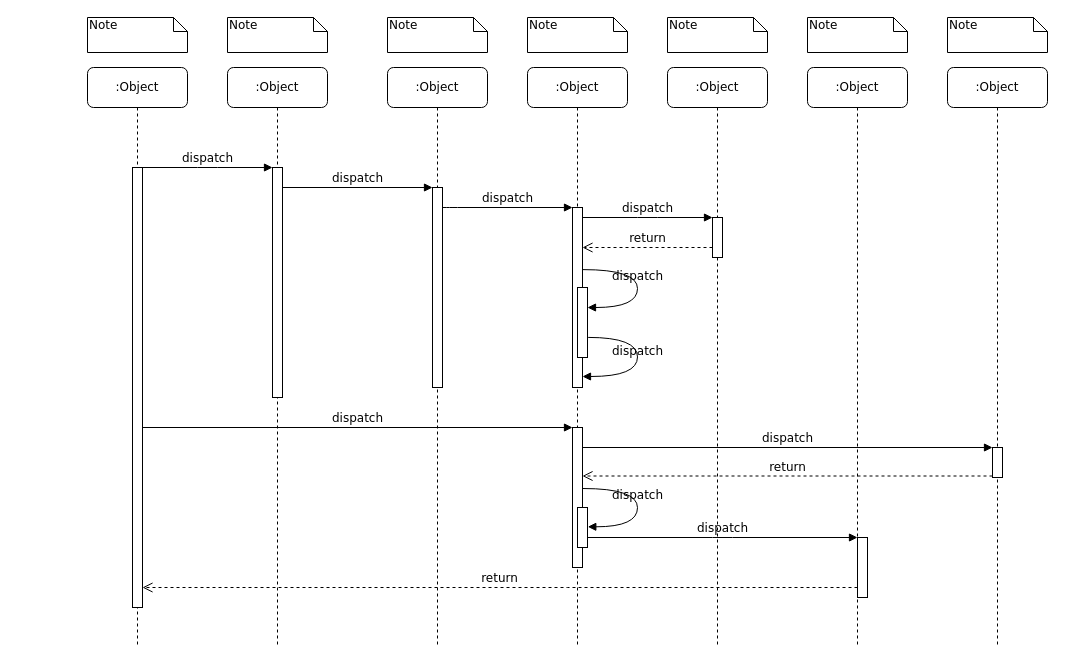
Earlier version of the draw.io diagram Diagramme sans nom.drawio (bieleite/nomrepo). Source tidied: cells renumbered, new cells numbered last; positions are measured from the earlier drawing's top-left corner, leaving out a move shared by most shapes. Both pictures are drawn from the tidied source at 100%, with x=0, y=0 at pixel (87, 17).
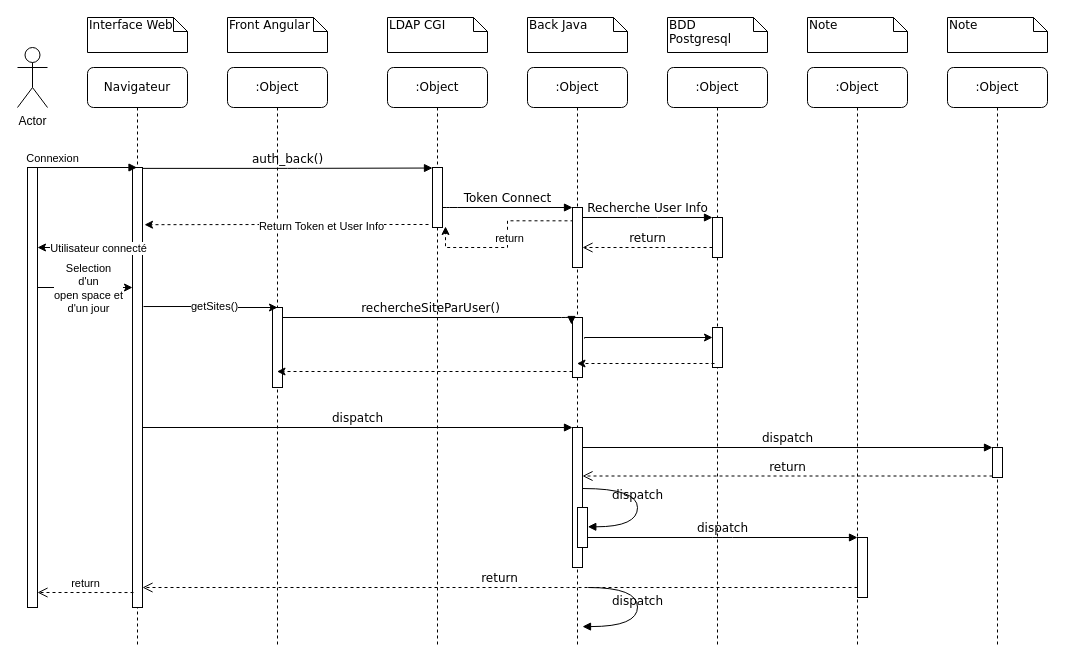
Above is the later version.

The change refers to these unchanged cells:
```xml
<mxCell id="2" value=":Object" style="shape=umlLifeline;perimeter=lifelinePerimeter;whiteSpace=wrap;html=1;outlineConnect=0;rounded=1;shadow=0;comic=0;labelBackgroundColor=none;strokeWidth=1;fontFamily=Verdana;fontSize=12;align=center;" parent="1" vertex="1">
  <mxGeometry x="140" y="50" width="100" height="580" as="geometry" />
</mxCell>
<mxCell id="4" value=":Object" style="shape=umlLifeline;perimeter=lifelinePerimeter;whiteSpace=wrap;html=1;rounded=1;shadow=0;comic=0;labelBackgroundColor=none;strokeWidth=1;fontFamily=Verdana;fontSize=12;align=center;" parent="1" vertex="1">
  <mxGeometry x="300" y="50" width="100" height="580" as="geometry" />
</mxCell>
<mxCell id="6" value=":Object" style="shape=umlLifeline;perimeter=lifelinePerimeter;whiteSpace=wrap;html=1;outlineConnect=0;rounded=1;shadow=0;comic=0;labelBackgroundColor=none;strokeWidth=1;fontFamily=Verdana;fontSize=12;align=center;" parent="1" vertex="1">
  <mxGeometry x="440" y="50" width="100" height="580" as="geometry" />
</mxCell>
<mxCell id="7" value=":Object" style="shape=umlLifeline;perimeter=lifelinePerimeter;whiteSpace=wrap;html=1;rounded=1;shadow=0;comic=0;labelBackgroundColor=none;strokeWidth=1;fontFamily=Verdana;fontSize=12;align=center;" parent="1" vertex="1">
  <mxGeometry x="580" y="50" width="100" height="580" as="geometry" />
</mxCell>
<mxCell id="11" style="html=1;points=[];perimeter=orthogonalPerimeter;rounded=0;shadow=0;comic=0;labelBackgroundColor=none;strokeWidth=1;fontFamily=Verdana;fontSize=12;align=center;" parent="10" vertex="1">
  <mxGeometry x="45" y="100" width="10" height="440" as="geometry" />
</mxCell>
<mxCell id="14" style="html=1;points=[];perimeter=orthogonalPerimeter;rounded=0;shadow=0;comic=0;labelBackgroundColor=none;strokeWidth=1;fontFamily=Verdana;fontSize=12;align=center;" parent="1" vertex="1">
  <mxGeometry x="625" y="200" width="10" height="40" as="geometry" />
</mxCell>
```

What changed in the source:
```diff
@@
     <mxCell id="3" style="html=1;points=[];perimeter=orthogonalPerimeter;rounded=0;shadow=0;comic=0;labelBackgroundColor=none;strokeWidth=1;fontFamily=Verdana;fontSize=12;align=center;" parent="2" vertex="1">
-      <mxGeometry x="45" y="100" width="10" height="230" as="geometry" />
+      <mxGeometry x="45" y="240" width="10" height="80" as="geometry" />
     </mxCell>
@@
     <mxCell id="5" style="html=1;points=[];perimeter=orthogonalPerimeter;rounded=0;shadow=0;comic=0;labelBackgroundColor=none;strokeWidth=1;fontFamily=Verdana;fontSize=12;align=center;" parent="4" vertex="1">
-      <mxGeometry x="45" y="120" width="10" height="200" as="geometry" />
+      <mxGeometry x="45" y="100" width="10" height="60" as="geometry" />
     </mxCell>
@@
+    <mxCell id="29" value="dispatch" style="html=1;verticalAlign=bottom;endArrow=block;labelBackgroundColor=none;fontFamily=Verdana;fontSize=12;elbow=vertical;edgeStyle=orthogonalEdgeStyle;curved=1;exitX=1.066;exitY=0.713;exitPerimeter=0;" parent="6" edge="1">
+      <mxGeometry relative="1" as="geometry">
+        <mxPoint x="60.7" y="520" as="sourcePoint" />
+        <mxPoint x="55" y="559.1" as="targetPoint" />
+        <Array as="points">
+          <mxPoint x="110" y="520.1" />
+          <mxPoint x="110" y="559.1" />
+        </Array>
+      </mxGeometry>
+    </mxCell>
+    <mxCell id="39" style="html=1;points=[];perimeter=orthogonalPerimeter;rounded=0;shadow=0;comic=0;labelBackgroundColor=none;strokeWidth=1;fontFamily=Verdana;fontSize=12;align=center;" parent="6" vertex="1">
+      <mxGeometry x="45" y="250" width="10" height="60" as="geometry" />
+    </mxCell>
@@
+    <mxCell id="40" style="html=1;points=[];perimeter=orthogonalPerimeter;rounded=0;shadow=0;comic=0;labelBackgroundColor=none;strokeWidth=1;fontFamily=Verdana;fontSize=12;align=center;" parent="7" vertex="1">
+      <mxGeometry x="45" y="260" width="10" height="40" as="geometry" />
+    </mxCell>
@@
-    <mxCell id="10" value=":Object" style="shape=umlLifeline;perimeter=lifelinePerimeter;whiteSpace=wrap;html=1;outlineConnect=0;rounded=1;shadow=0;comic=0;labelBackgroundColor=none;strokeWidth=1;fontFamily=Verdana;fontSize=12;align=center;" parent="1" vertex="1">
+    <mxCell id="10" value="Navigateur" style="shape=umlLifeline;perimeter=lifelinePerimeter;whiteSpace=wrap;html=1;outlineConnect=0;rounded=1;shadow=0;comic=0;labelBackgroundColor=none;strokeWidth=1;fontFamily=Verdana;fontSize=12;align=center;" parent="1" vertex="1">
       <mxGeometry y="50" width="100" height="580" as="geometry" />
     </mxCell>
@@
+    <mxCell id="41" style="edgeStyle=orthogonalEdgeStyle;rounded=0;jettySize=auto;html=1;entryX=1.3;entryY=0.983;entryDx=0;entryDy=0;entryPerimeter=0;exitX=0.1;exitY=0.222;exitDx=0;exitDy=0;exitPerimeter=0;dashed=1;" parent="1" edge="1" source="12" target="5">
+      <mxGeometry relative="1" as="geometry" />
+    </mxCell>
+    <mxCell id="42" value="return" style="edgeLabel;html=1;align=center;verticalAlign=middle;" parent="41" vertex="1">
+      <mxGeometry x="-0.06" y="1" relative="1" as="geometry" />
+    </mxCell>
     <mxCell id="12" style="html=1;points=[];perimeter=orthogonalPerimeter;rounded=0;shadow=0;comic=0;labelBackgroundColor=none;strokeWidth=1;fontFamily=Verdana;fontSize=12;align=center;" parent="1" vertex="1">
-      <mxGeometry x="485" y="190" width="10" height="180" as="geometry" />
+      <mxGeometry x="485" y="190" width="10" height="60" as="geometry" />
     </mxCell>
-    <mxCell id="13" value="dispatch" style="html=1;verticalAlign=bottom;endArrow=block;labelBackgroundColor=none;fontFamily=Verdana;fontSize=12;edgeStyle=elbowEdgeStyle;elbow=vertical;" parent="1" edge="1" source="5" target="12">
+    <mxCell id="13" value="Token Connect" style="html=1;verticalAlign=bottom;endArrow=block;labelBackgroundColor=none;fontFamily=Verdana;fontSize=12;edgeStyle=elbowEdgeStyle;elbow=vertical;" parent="1" edge="1" source="5" target="12">
       <mxGeometry relative="1" as="geometry">
         <Array as="points">
           <mxPoint x="360" y="190" />
         </Array>
       </mxGeometry>
     </mxCell>
@@
-    <mxCell id="15" value="dispatch" style="html=1;verticalAlign=bottom;endArrow=block;entryX=0;entryY=0;labelBackgroundColor=none;fontFamily=Verdana;fontSize=12;edgeStyle=elbowEdgeStyle;elbow=vertical;" parent="1" edge="1" source="12" target="14">
+    <mxCell id="15" value="Recherche User Info" style="html=1;verticalAlign=bottom;endArrow=block;entryX=0;entryY=0;labelBackgroundColor=none;fontFamily=Verdana;fontSize=12;edgeStyle=elbowEdgeStyle;elbow=vertical;" parent="1" edge="1" source="12" target="14">
       <mxGeometry relative="1" as="geometry" />
     </mxCell>
@@
-    <mxCell id="25" value="dispatch" style="html=1;verticalAlign=bottom;endArrow=block;entryX=0;entryY=0;labelBackgroundColor=none;fontFamily=Verdana;fontSize=12;edgeStyle=elbowEdgeStyle;elbow=vertical;" parent="1" edge="1" source="11" target="3">
+    <mxCell id="25" value="auth_back()" style="html=1;verticalAlign=bottom;endArrow=block;labelBackgroundColor=none;fontFamily=Verdana;fontSize=12;edgeStyle=elbowEdgeStyle;elbow=horizontal;exitX=1;exitY=0.002;exitDx=0;exitDy=0;exitPerimeter=0;entryX=0;entryY=0.009;entryDx=0;entryDy=0;entryPerimeter=0;" parent="1" edge="1" source="11" target="5">
       <mxGeometry relative="1" as="geometry" />
     </mxCell>
-    <mxCell id="26" value="dispatch" style="html=1;verticalAlign=bottom;endArrow=block;entryX=0;entryY=0;labelBackgroundColor=none;fontFamily=Verdana;fontSize=12;edgeStyle=elbowEdgeStyle;elbow=vertical;" parent="1" edge="1" source="3" target="5">
-      <mxGeometry relative="1" as="geometry" />
+    <mxCell id="26" value="rechercheSiteParUser()" style="html=1;verticalAlign=bottom;endArrow=block;labelBackgroundColor=none;fontFamily=Verdana;fontSize=12;edgeStyle=elbowEdgeStyle;elbow=vertical;entryX=-0.1;entryY=0.117;entryDx=0;entryDy=0;entryPerimeter=0;" parent="1" edge="1" source="3" target="39">
+      <mxGeometry relative="1" as="geometry">
+        <Array as="points">
+          <mxPoint x="280" y="300" />
+        </Array>
+      </mxGeometry>
     </mxCell>
-    <mxCell id="27" style="html=1;points=[];perimeter=orthogonalPerimeter;rounded=0;shadow=0;comic=0;labelBackgroundColor=none;strokeWidth=1;fontFamily=Verdana;fontSize=12;align=center;" parent="1" vertex="1">
-      <mxGeometry x="490" y="270" width="10" height="70" as="geometry" />
-    </mxCell>
-    <mxCell id="28" value="dispatch" style="html=1;verticalAlign=bottom;endArrow=block;labelBackgroundColor=none;fontFamily=Verdana;fontSize=12;elbow=vertical;edgeStyle=orthogonalEdgeStyle;curved=1;entryX=1;entryY=0.286;entryPerimeter=0;exitX=1.038;exitY=0.345;exitPerimeter=0;" parent="1" edge="1" source="12" target="27">
-      <mxGeometry relative="1" as="geometry">
-        <Array as="points">
-          <mxPoint x="550" y="252" />
-          <mxPoint x="550" y="290" />
-        </Array>
-      </mxGeometry>
-    </mxCell>
-    <mxCell id="29" value="dispatch" style="html=1;verticalAlign=bottom;endArrow=block;labelBackgroundColor=none;fontFamily=Verdana;fontSize=12;elbow=vertical;edgeStyle=orthogonalEdgeStyle;curved=1;exitX=1.066;exitY=0.713;exitPerimeter=0;" parent="1" edge="1" source="27">
-      <mxGeometry relative="1" as="geometry">
-        <mxPoint x="495" y="359" as="targetPoint" />
-        <Array as="points">
-          <mxPoint x="550" y="320" />
-          <mxPoint x="550" y="359" />
-        </Array>
-      </mxGeometry>
-    </mxCell>
@@
-    <mxCell id="32" value="Note" style="shape=note;whiteSpace=wrap;html=1;size=14;verticalAlign=top;align=left;spacingTop=-6;rounded=0;shadow=0;comic=0;labelBackgroundColor=none;strokeWidth=1;fontFamily=Verdana;fontSize=12;" parent="1" vertex="1">
+    <mxCell id="32" value="Interface Web" style="shape=note;whiteSpace=wrap;html=1;size=14;verticalAlign=top;align=left;spacingTop=-6;rounded=0;shadow=0;comic=0;labelBackgroundColor=none;strokeWidth=1;fontFamily=Verdana;fontSize=12;" parent="1" vertex="1">
       <mxGeometry width="100" height="35" as="geometry" />
     </mxCell>
-    <mxCell id="33" value="Note" style="shape=note;whiteSpace=wrap;html=1;size=14;verticalAlign=top;align=left;spacingTop=-6;rounded=0;shadow=0;comic=0;labelBackgroundColor=none;strokeWidth=1;fontFamily=Verdana;fontSize=12;" parent="1" vertex="1">
+    <mxCell id="33" value="Front Angular" style="shape=note;whiteSpace=wrap;html=1;size=14;verticalAlign=top;align=left;spacingTop=-6;rounded=0;shadow=0;comic=0;labelBackgroundColor=none;strokeWidth=1;fontFamily=Verdana;fontSize=12;" parent="1" vertex="1">
       <mxGeometry x="140" width="100" height="35" as="geometry" />
     </mxCell>
-    <mxCell id="34" value="Note" style="shape=note;whiteSpace=wrap;html=1;size=14;verticalAlign=top;align=left;spacingTop=-6;rounded=0;shadow=0;comic=0;labelBackgroundColor=none;strokeWidth=1;fontFamily=Verdana;fontSize=12;" parent="1" vertex="1">
+    <mxCell id="34" value="LDAP CGI" style="shape=note;whiteSpace=wrap;html=1;size=14;verticalAlign=top;align=left;spacingTop=-6;rounded=0;shadow=0;comic=0;labelBackgroundColor=none;strokeWidth=1;fontFamily=Verdana;fontSize=12;" parent="1" vertex="1">
       <mxGeometry x="300" width="100" height="35" as="geometry" />
     </mxCell>
-    <mxCell id="35" value="Note" style="shape=note;whiteSpace=wrap;html=1;size=14;verticalAlign=top;align=left;spacingTop=-6;rounded=0;shadow=0;comic=0;labelBackgroundColor=none;strokeWidth=1;fontFamily=Verdana;fontSize=12;" parent="1" vertex="1">
+    <mxCell id="35" value="Back Java" style="shape=note;whiteSpace=wrap;html=1;size=14;verticalAlign=top;align=left;spacingTop=-6;rounded=0;shadow=0;comic=0;labelBackgroundColor=none;strokeWidth=1;fontFamily=Verdana;fontSize=12;" parent="1" vertex="1">
       <mxGeometry x="440" width="100" height="35" as="geometry" />
     </mxCell>
-    <mxCell id="36" value="Note" style="shape=note;whiteSpace=wrap;html=1;size=14;verticalAlign=top;align=left;spacingTop=-6;rounded=0;shadow=0;comic=0;labelBackgroundColor=none;strokeWidth=1;fontFamily=Verdana;fontSize=12;" parent="1" vertex="1">
+    <mxCell id="36" value="BDD &lt;br&gt;Postgresql" style="shape=note;whiteSpace=wrap;html=1;size=14;verticalAlign=top;align=left;spacingTop=-6;rounded=0;shadow=0;comic=0;labelBackgroundColor=none;strokeWidth=1;fontFamily=Verdana;fontSize=12;" parent="1" vertex="1">
       <mxGeometry x="580" width="100" height="35" as="geometry" />
     </mxCell>
@@
+    <mxCell id="43" value="Actor" style="shape=umlActor;verticalLabelPosition=bottom;verticalAlign=top;html=1;" parent="1" vertex="1">
+      <mxGeometry x="-70" y="30" width="30" height="60" as="geometry" />
+    </mxCell>
+    <mxCell id="44" style="edgeStyle=elbowEdgeStyle;rounded=0;jettySize=auto;html=1;elbow=vertical;curved=0;" parent="1" edge="1" source="46" target="11">
+      <mxGeometry relative="1" as="geometry">
+        <Array as="points">
+          <mxPoint x="-10" y="270" />
+        </Array>
+      </mxGeometry>
+    </mxCell>
+    <mxCell id="45" value="Selection &lt;br&gt;d'un &lt;br&gt;open space et &lt;br&gt;d'un jour" style="edgeLabel;html=1;align=center;verticalAlign=middle;" parent="44" vertex="1">
+      <mxGeometry x="0.05" relative="1" as="geometry" />
+    </mxCell>
+    <mxCell id="46" style="html=1;points=[];perimeter=orthogonalPerimeter;outlineConnect=0;targetShapes=umlLifeline;portConstraint=eastwest;newEdgeStyle={&quot;edgeStyle&quot;:&quot;elbowEdgeStyle&quot;,&quot;elbow&quot;:&quot;vertical&quot;,&quot;curved&quot;:0,&quot;rounded&quot;:0};" parent="1" vertex="1">
+      <mxGeometry x="-60" y="150" width="10" height="440" as="geometry" />
+    </mxCell>
+    <mxCell id="47" value="Connexion" style="html=1;verticalAlign=bottom;endArrow=block;edgeStyle=elbowEdgeStyle;elbow=vertical;curved=0;rounded=0;" parent="1" edge="1" target="10">
+      <mxGeometry relative="1" as="geometry">
+        <mxPoint x="20" y="150" as="sourcePoint" />
+        <Array as="points">
+          <mxPoint x="-50" y="150" />
+        </Array>
+      </mxGeometry>
+    </mxCell>
+    <mxCell id="48" value="return" style="html=1;verticalAlign=bottom;endArrow=open;dashed=1;endSize=8;edgeStyle=elbowEdgeStyle;elbow=vertical;curved=0;rounded=0;exitX=0.1;exitY=0.966;exitDx=0;exitDy=0;exitPerimeter=0;" parent="1" edge="1" source="11" target="46">
+      <mxGeometry relative="1" as="geometry" />
+    </mxCell>
+    <mxCell id="49" style="edgeStyle=orthogonalEdgeStyle;rounded=0;jettySize=auto;html=1;exitX=-0.4;exitY=0.95;exitDx=0;exitDy=0;exitPerimeter=0;entryX=1.2;entryY=0.13;entryDx=0;entryDy=0;entryPerimeter=0;dashed=1;" parent="1" edge="1" source="5" target="11">
+      <mxGeometry relative="1" as="geometry" />
+    </mxCell>
+    <mxCell id="50" value="Return Token et User Info" style="edgeLabel;html=1;align=center;verticalAlign=middle;" parent="49" vertex="1">
+      <mxGeometry x="-0.23" y="1" relative="1" as="geometry">
+        <mxPoint x="1" as="offset" />
+      </mxGeometry>
+    </mxCell>
+    <mxCell id="51" style="edgeStyle=orthogonalEdgeStyle;rounded=0;jettySize=auto;html=1;" parent="1" edge="1" source="11" target="46">
+      <mxGeometry relative="1" as="geometry">
+        <Array as="points">
+          <mxPoint y="230" />
+          <mxPoint y="230" />
+        </Array>
+      </mxGeometry>
+    </mxCell>
+    <mxCell id="52" value="Utilisateur connecté" style="edgeLabel;html=1;align=center;verticalAlign=middle;" parent="51" vertex="1">
+      <mxGeometry x="-0.26" relative="1" as="geometry" />
+    </mxCell>
+    <mxCell id="53" style="edgeStyle=orthogonalEdgeStyle;rounded=1;jettySize=auto;html=1;exitX=1.1;exitY=0.316;exitDx=0;exitDy=0;exitPerimeter=0;shadow=0;" parent="1" edge="1" source="11">
+      <mxGeometry relative="1" as="geometry">
+        <mxPoint x="190" y="290" as="targetPoint" />
+        <Array as="points">
+          <mxPoint x="120" y="290" />
+        </Array>
+      </mxGeometry>
+    </mxCell>
+    <mxCell id="54" value="getSites()" style="edgeLabel;html=1;align=center;verticalAlign=middle;" parent="53" vertex="1">
+      <mxGeometry x="0.07" y="2" relative="1" as="geometry" />
+    </mxCell>
+    <mxCell id="55" style="edgeStyle=orthogonalEdgeStyle;rounded=0;jettySize=auto;html=1;exitX=0;exitY=0.9;exitDx=0;exitDy=0;exitPerimeter=0;dashed=1;" parent="1" edge="1" source="39" target="2">
+      <mxGeometry relative="1" as="geometry">
+        <Array as="points">
+          <mxPoint x="280" y="354" />
+          <mxPoint x="280" y="354" />
+        </Array>
+      </mxGeometry>
+    </mxCell>
+    <mxCell id="56" style="edgeStyle=orthogonalEdgeStyle;rounded=0;jettySize=auto;html=1;exitX=1.2;exitY=0.35;exitDx=0;exitDy=0;exitPerimeter=0;" parent="1" edge="1" source="39">
+      <mxGeometry relative="1" as="geometry">
+        <mxPoint x="625" y="320" as="targetPoint" />
+        <Array as="points">
+          <mxPoint x="497" y="320" />
+        </Array>
+      </mxGeometry>
+    </mxCell>
+    <mxCell id="57" style="edgeStyle=orthogonalEdgeStyle;rounded=0;jettySize=auto;html=1;exitX=0.2;exitY=0.9;exitDx=0;exitDy=0;exitPerimeter=0;dashed=1;" parent="1" edge="1" source="40" target="6">
+      <mxGeometry relative="1" as="geometry">
+        <Array as="points">
+          <mxPoint x="540" y="346" />
+          <mxPoint x="540" y="346" />
+        </Array>
+      </mxGeometry>
+    </mxCell>
```
